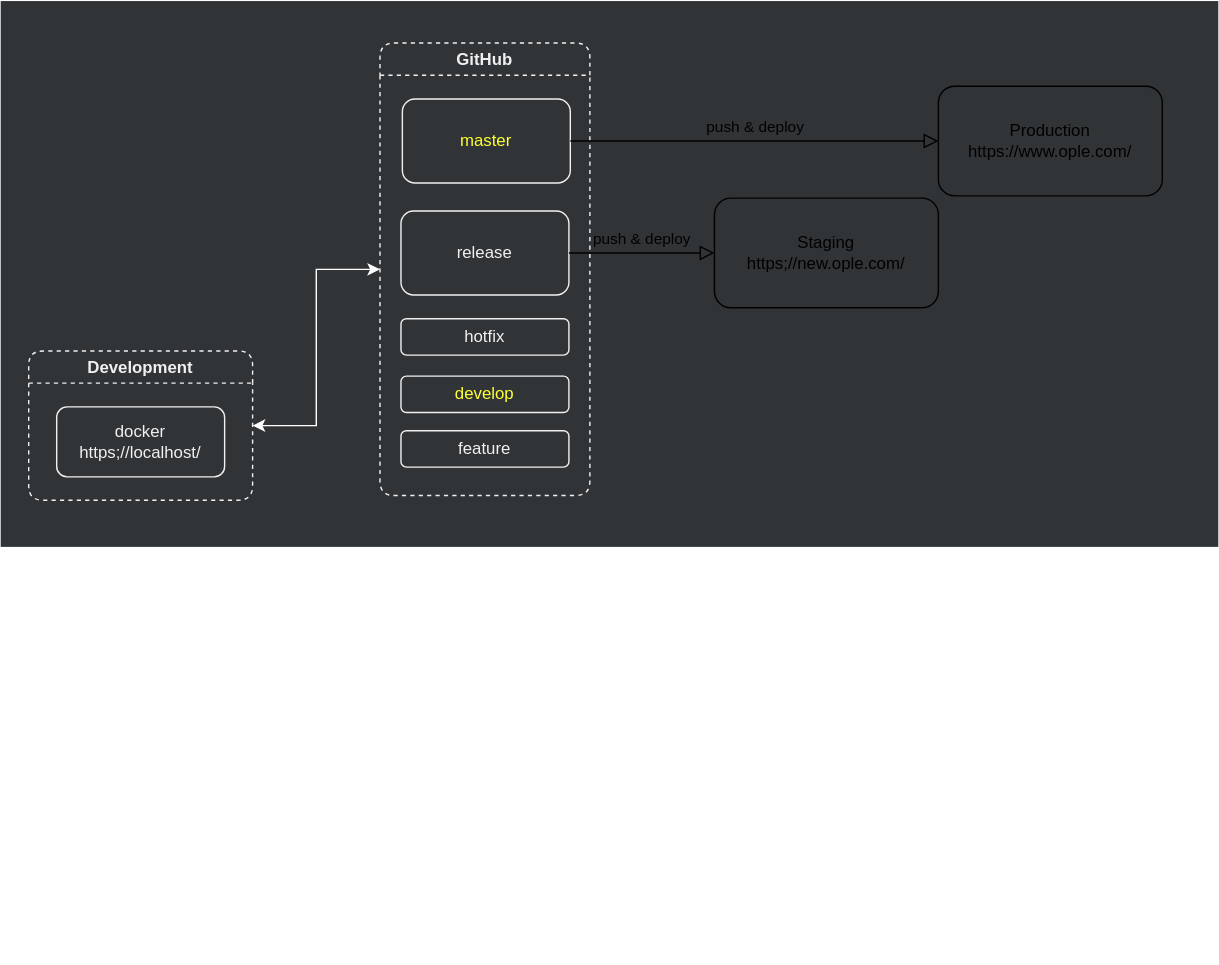
Before: assets/.draw.io/references/ople-mall-git-flow.svg, a diagram exported from draw.io (jiholee-ntwglobal/jiholee-ntwglobal.github.io). Source tidied: cells renumbered, new cells last; positions are measured from the earlier drawing's top-left corner, leaving out a move shared by most shapes.
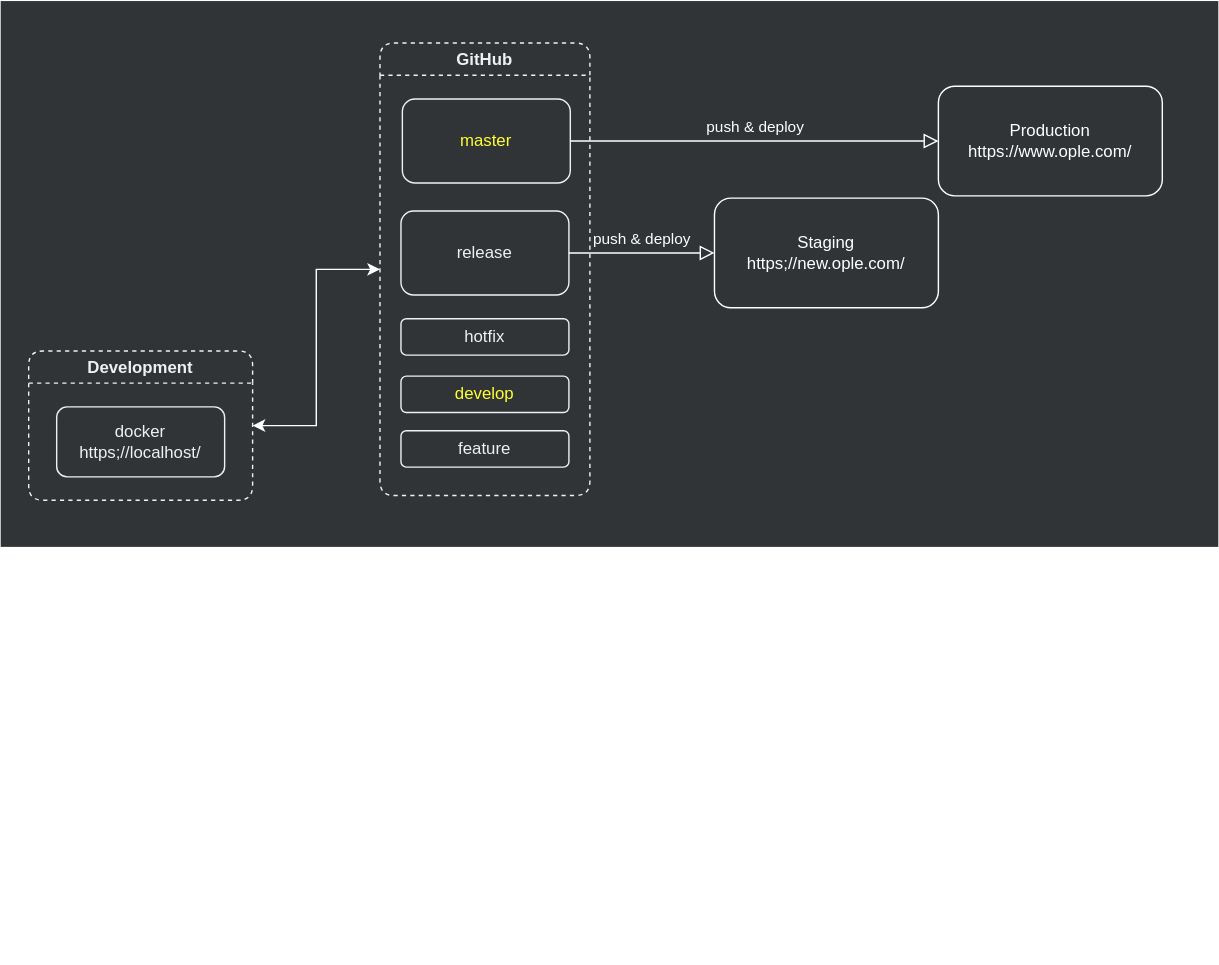
The same file after the commit.

Diff of the diagram source:
```diff
@@ -44,10 +44,10 @@
         <mxPoint x="980" y="895" as="targetPoint" />
       </mxGeometry>
     </mxCell>
-    <mxCell id="12" value="Staging&lt;br&gt;https;//new.ople.com/" style="rounded=1;whiteSpace=wrap;html=1;fillColor=none;" parent="1" vertex="1">
+    <mxCell id="12" value="&lt;font color=&quot;#ffffff&quot;&gt;Staging&lt;br&gt;https;//new.ople.com/&lt;/font&gt;" style="rounded=1;whiteSpace=wrap;html=1;fillColor=none;strokeColor=#FFFFFF;" parent="1" vertex="1">
       <mxGeometry x="510" y="140.8" width="160" height="78.3" as="geometry" />
     </mxCell>
-    <mxCell id="13" value="Production&lt;br&gt;https://www.ople.com/" style="rounded=1;whiteSpace=wrap;html=1;fillColor=none;" parent="1" vertex="1">
+    <mxCell id="13" value="&lt;font color=&quot;#ffffff&quot;&gt;Production&lt;br&gt;https://www.ople.com/&lt;/font&gt;" style="rounded=1;whiteSpace=wrap;html=1;fillColor=none;strokeColor=#FFFFFF;" parent="1" vertex="1">
       <mxGeometry x="670" y="60.8" width="160" height="78.3" as="geometry" />
     </mxCell>
     <mxCell id="14" style="edgeStyle=orthogonalEdgeStyle;rounded=0;orthogonalLoop=1;jettySize=auto;html=1;exitX=0.5;exitY=1;exitDx=0;exitDy=0;" parent="1" edge="1">
@@ -68,10 +68,10 @@
     <mxCell id="18" value="feature" style="rounded=1;whiteSpace=wrap;html=1;fillColor=none;fontColor=#F0F0F0;strokeColor=#F0F0F0;" parent="1" vertex="1">
       <mxGeometry x="286" y="307" width="120" height="26" as="geometry" />
     </mxCell>
-    <mxCell id="19" value="push &amp;amp; deploy" style="edgeStyle=orthogonalEdgeStyle;rounded=0;html=1;jettySize=auto;fontSize=11;endArrow=block;endFill=0;endSize=8;strokeWidth=1;shadow=0;labelBackgroundColor=none;exitX=1;exitY=0.5;exitDx=0;exitDy=0;entryX=0;entryY=0.5;entryDx=0;entryDy=0;" parent="1" edge="1" source="15" target="12">
+    <mxCell id="19" value="&lt;font color=&quot;#ffffff&quot;&gt;push &amp;amp; deploy&lt;/font&gt;" style="edgeStyle=orthogonalEdgeStyle;rounded=0;html=1;jettySize=auto;fontSize=11;endArrow=block;endFill=0;endSize=8;strokeWidth=1;shadow=0;labelBackgroundColor=none;exitX=1;exitY=0.5;exitDx=0;exitDy=0;entryX=0;entryY=0.5;entryDx=0;entryDy=0;strokeColor=#FFFFFF;" parent="1" edge="1" source="15" target="12">
       <mxGeometry y="10" relative="1" as="geometry" />
     </mxCell>
-    <mxCell id="20" value="push &amp;amp; deploy" style="edgeStyle=orthogonalEdgeStyle;rounded=0;html=1;jettySize=auto;fontSize=11;endArrow=block;endFill=0;endSize=8;strokeWidth=1;shadow=0;labelBackgroundColor=none;exitX=1;exitY=0.5;exitDx=0;exitDy=0;entryX=0;entryY=0.5;entryDx=0;entryDy=0;" parent="1" edge="1" source="9" target="13">
+    <mxCell id="20" value="&lt;font color=&quot;#ffffff&quot;&gt;push &amp;amp; deploy&lt;/font&gt;" style="edgeStyle=orthogonalEdgeStyle;rounded=0;html=1;jettySize=auto;fontSize=11;endArrow=block;endFill=0;endSize=8;strokeWidth=1;shadow=0;labelBackgroundColor=none;exitX=1;exitY=0.5;exitDx=0;exitDy=0;entryX=0;entryY=0.5;entryDx=0;entryDy=0;strokeColor=#FFFFFF;" parent="1" edge="1" source="9" target="13">
       <mxGeometry y="10" relative="1" as="geometry" />
     </mxCell>
   </root>
```
